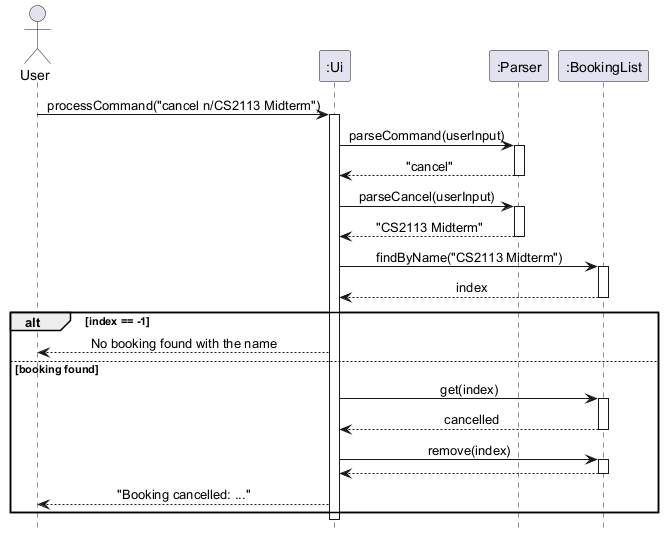
AY2627S1-CS2113-W14-2/tp keeps this PlantUML diagram as docs/UMLDiagrams/CancelCommandSequenceDiagram.png. Above is the earlier version.
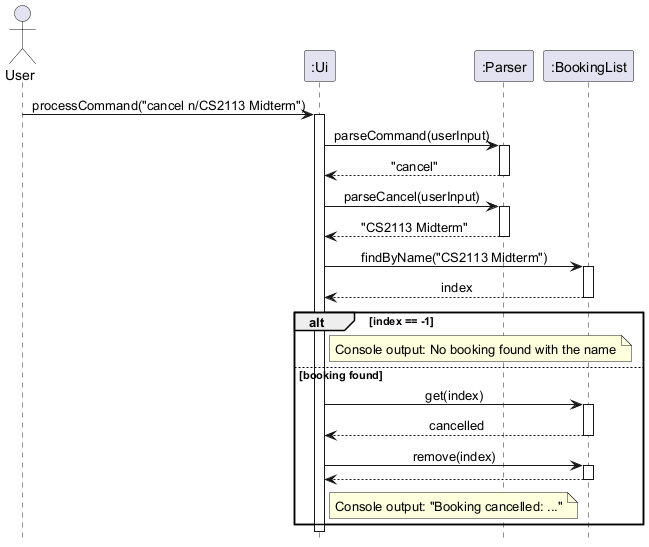
The same file after the commit.

What changed in the source:
```diff
@@ -28,7 +28,7 @@
 deactivate Bookings
 
 alt index == -1
-    UI --> User: No booking found with the name
+    note right of UI: Console output: No booking found with the name
 else booking found
     UI -> Bookings: get(index)
     activate Bookings
@@ -40,7 +40,7 @@
     Bookings --> UI
     deactivate Bookings
 
-    UI --> User: "Booking cancelled: ..."
+    note right of UI: Console output: "Booking cancelled: ..."
 end
 
 deactivate UI
```
